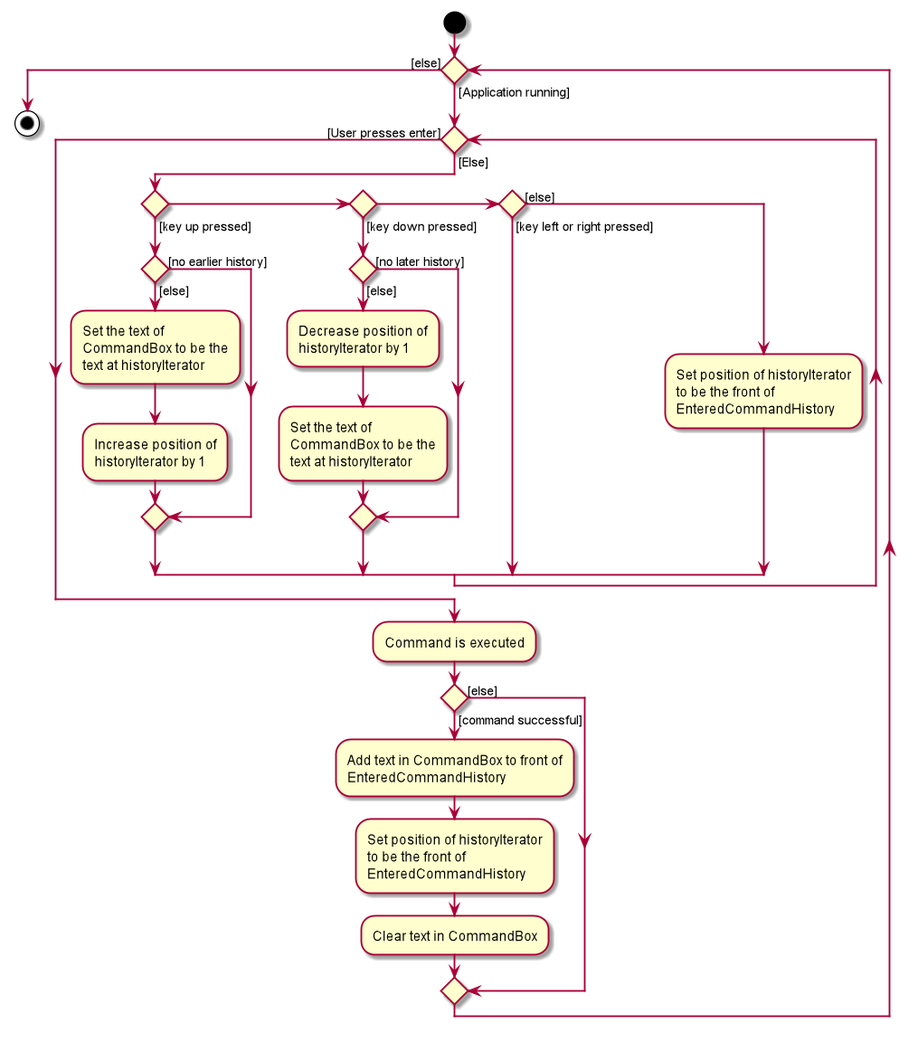
wxwxwxwx9/main keeps this PlantUML diagram as docs/images/CommandHistoryActivityDiagram.png. Above is the earlier version. Its diagram source:
```plantuml
@startuml
start

while () is ([Application running])

    while () is ([Else])
        if () then ([key up pressed])
            if () then ([no earlier history])
            else ([else])
                :Set the text of
                CommandBox to be the
                text at historyIterator;
                :Increase position of
                historyIterator by 1;
            endif

        else if () then ([key down pressed])
            if () then ([no later history])
            else ([else])
                :Decrease position of
                historyIterator by 1;
                :Set the text of
                CommandBox to be the
                text at historyIterator;
            endif
        else if () then ([key left or right pressed])
        else ([else])
            :Set position of historyIterator
            to be the front of
            EnteredCommandHistory;
        endif
    endwhile ([User presses enter])

  :Command is executed;
  if () then ([command successful])
      :Add text in CommandBox to front of
      EnteredCommandHistory;
      :Set position of historyIterator
      to be the front of
      EnteredCommandHistory;
      :Clear text in CommandBox;
  else ([else])
  endif
endwhile ([else])
stop
@enduml
```
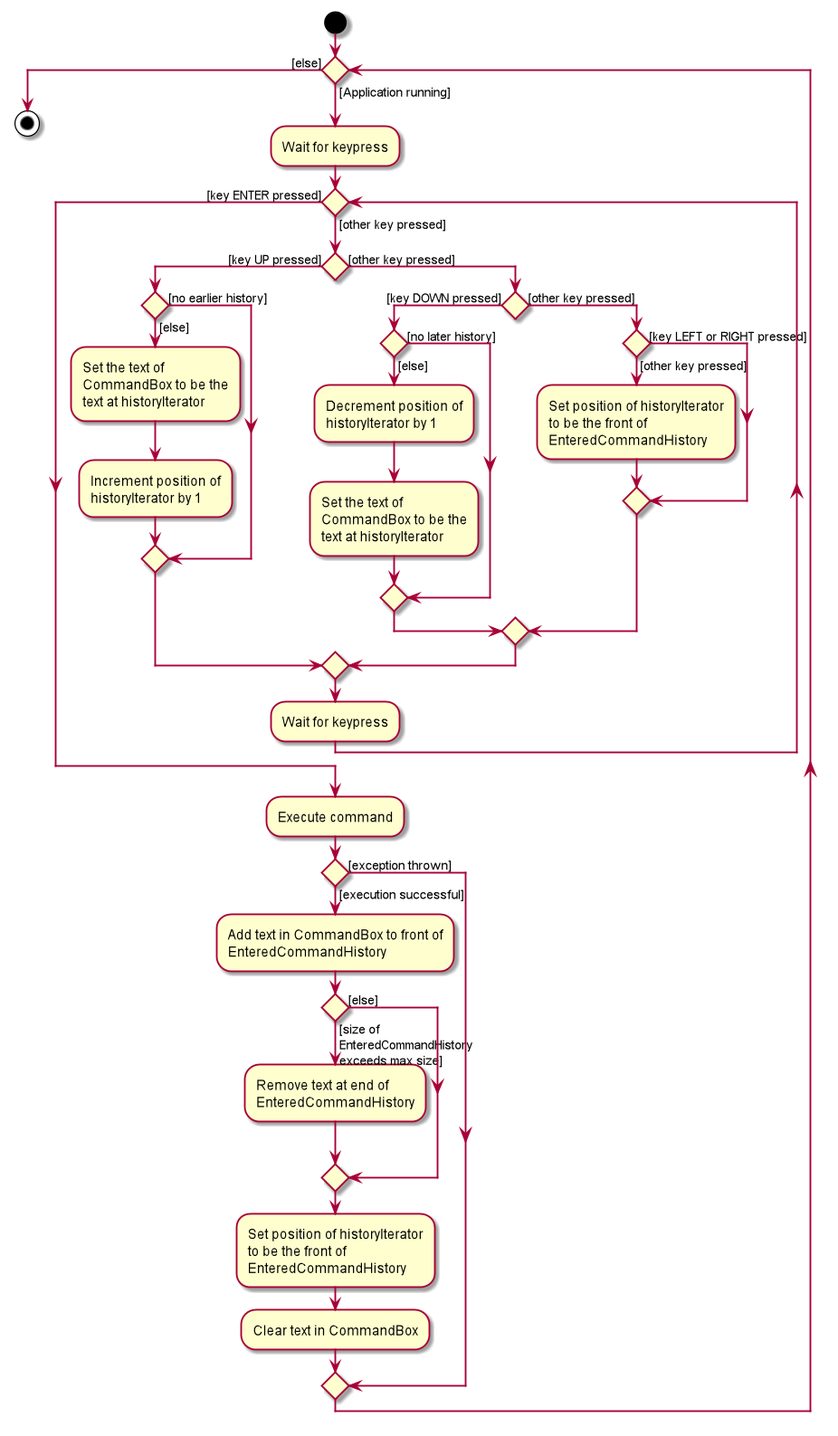
Later version of the same file.

Commit message:
update history activity

What changed in the source:
```diff
@@ -2,44 +2,57 @@
 start
 
 while () is ([Application running])
+    :Wait for keypress;
 
-    while () is ([Else])
-        if () then ([key up pressed])
+    while () is ([other key pressed])
+        if () then ([key UP pressed])
             if () then ([no earlier history])
             else ([else])
                 :Set the text of
                 CommandBox to be the
                 text at historyIterator;
-                :Increase position of
+                :Increment position of
                 historyIterator by 1;
             endif
+        else ([other key pressed])
 
-        else if () then ([key down pressed])
+        if () then ([key DOWN pressed])
             if () then ([no later history])
             else ([else])
-                :Decrease position of
+                :Decrement position of
                 historyIterator by 1;
                 :Set the text of
                 CommandBox to be the
                 text at historyIterator;
             endif
-        else if () then ([key left or right pressed])
-        else ([else])
+        else ([other key pressed])
+
+        if () then ([key LEFT or RIGHT pressed])
+        else ([other key pressed])
             :Set position of historyIterator
             to be the front of
             EnteredCommandHistory;
+
         endif
-    endwhile ([User presses enter])
+        endif
+        endif
+    :Wait for keypress;
+    endwhile ([key ENTER pressed])
 
-  :Command is executed;
-  if () then ([command successful])
+  :Execute command;
+  if () then ([execution successful])
       :Add text in CommandBox to front of
       EnteredCommandHistory;
+      if () then ([size of \nEnteredCommandHistory\nexceeds max size])
+      :Remove text at end of
+      EnteredCommandHistory;
+      else ([else])
+      endif
       :Set position of historyIterator
       to be the front of
       EnteredCommandHistory;
       :Clear text in CommandBox;
-  else ([else])
+  else ([exception thrown])
   endif
 endwhile ([else])
 stop
```
